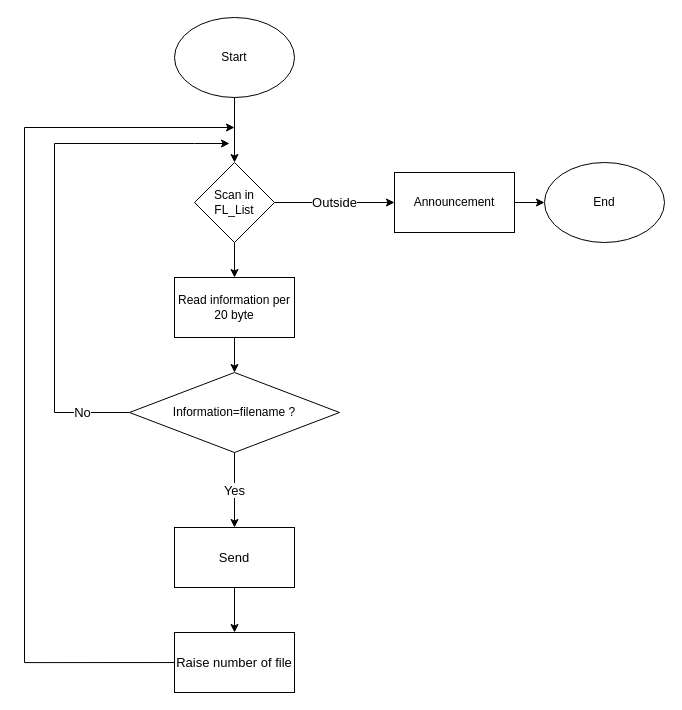
Before: page "Read" (2 of 6) of Mindset.drawio in Chipuscu/STM321, a draw.io diagram. Source tidied: cells renumbered, new cells numbered last; positions are measured from the earlier drawing's top-left corner, leaving out a move shared by most shapes. Both pictures are drawn from the tidied source at 100%, with x=0, y=0 at pixel (24, 17).
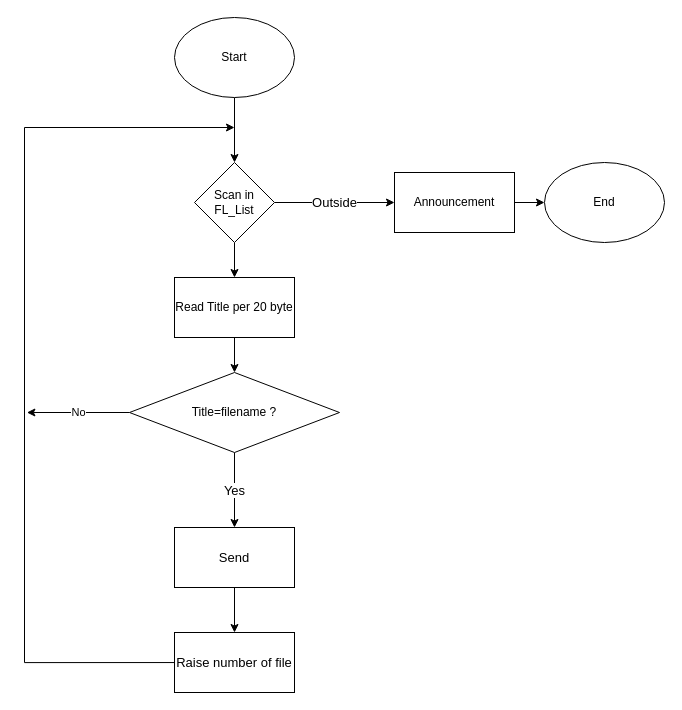
The same diagram, later.

Unchanged cells that the change refers to:
```xml
<mxCell id="18" value="Send" style="rounded=0;whiteSpace=wrap;html=1;fontSize=13;" parent="1" vertex="1">
  <mxGeometry x="150" y="510" width="120" height="60" as="geometry" />
</mxCell>
```

Diff of the diagram source:
```diff
@@
-    <mxCell id="10" value="Read information per 20 byte" style="rounded=0;whiteSpace=wrap;html=1;" parent="1" vertex="1">
+    <mxCell id="10" value="Read Title per 20 byte" style="rounded=0;whiteSpace=wrap;html=1;" parent="1" vertex="1">
       <mxGeometry x="150" y="260" width="120" height="60" as="geometry" />
     </mxCell>
+    <mxCell id="12" value="Yes" style="edgeStyle=orthogonalEdgeStyle;rounded=0;jumpSize=10;jettySize=auto;html=1;exitX=0.5;exitY=1;exitDx=0;exitDy=0;entryX=0.5;entryY=0;entryDx=0;entryDy=0;strokeWidth=1;fontSize=13;" parent="1" edge="1" source="13" target="18">
+      <mxGeometry relative="1" as="geometry" />
+    </mxCell>
-    <mxCell id="11" value="No" style="edgeStyle=orthogonalEdgeStyle;rounded=0;jettySize=auto;html=1;exitX=0;exitY=0.5;exitDx=0;exitDy=0;strokeWidth=1;jumpSize=10;fontSize=13;" parent="1" edge="1" source="13">
-      <mxGeometry x="-0.82" relative="1" as="geometry">
-        <mxPoint x="205" y="126" as="targetPoint" />
-        <Array as="points">
-          <mxPoint x="30" y="395" />
-          <mxPoint x="30" y="126" />
-          <mxPoint x="170" y="126" />
-        </Array>
+    <mxCell id="11" value="No" style="edgeStyle=orthogonalEdgeStyle;rounded=0;jettySize=auto;html=1;jumpSize=10;" parent="1" edge="1" source="13">
+      <mxGeometry relative="1" as="geometry">
+        <mxPoint x="2.4" y="395" as="targetPoint" />
       </mxGeometry>
     </mxCell>
-    <mxCell id="12" value="Yes" style="edgeStyle=orthogonalEdgeStyle;rounded=0;jumpSize=10;jettySize=auto;html=1;exitX=0.5;exitY=1;exitDx=0;exitDy=0;entryX=0.5;entryY=0;entryDx=0;entryDy=0;strokeWidth=1;fontSize=13;" parent="1" edge="1" source="13" target="18">
-      <mxGeometry relative="1" as="geometry" />
-    </mxCell>
-    <mxCell id="13" value="Information=filename ?" style="rhombus;whiteSpace=wrap;html=1;" parent="1" vertex="1">
+    <mxCell id="13" value="Title=filename ?" style="rhombus;whiteSpace=wrap;html=1;" parent="1" vertex="1">
       <mxGeometry x="105" y="355" width="210" height="80" as="geometry" />
     </mxCell>
```
